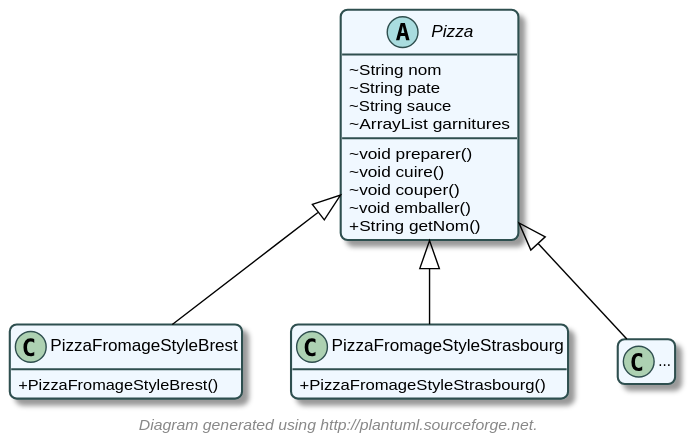
The PlantUML diagram images/Pizzas-dc.svg in sashalarrieu/cpoa-tp3-Seldon-inf, before a commit. Its diagram source:
```plantuml
@startuml


!include config.cfg

abstract class Pizza {
  ~String nom
  ~String pate
  ~String sauce
  ~ArrayList garnitures
  ~void preparer()
  ~void cuire()
  ~void couper()
  ~void emballer()
  +String getNom()
}

class PizzaFromageStyleBrest {
  +PizzaFromageStyleBrest()
}
Pizza <|-- PizzaFromageStyleBrest

class PizzaFromageStyleStrasbourg {
  +PizzaFromageStyleStrasbourg()
}
Pizza <|-- PizzaFromageStyleStrasbourg

class PizzaFromageStyleCorse as "..." {
}
Pizza <|-- PizzaFromageStyleCorse

@enduml
```
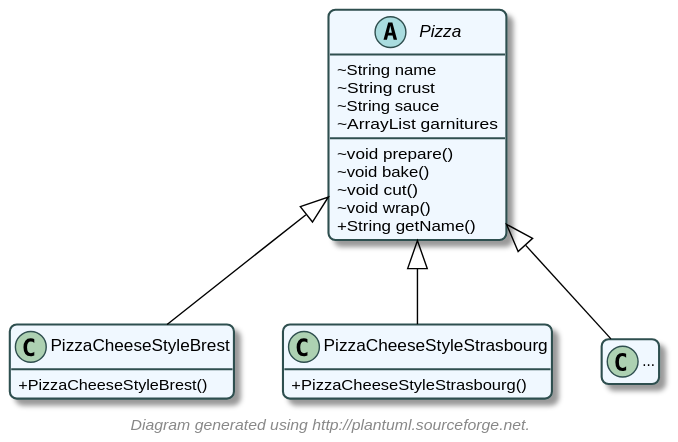
After the change.

The edit, as a diff of the source:
```diff
@@ -4,29 +4,29 @@
 !include config.cfg
 
 abstract class Pizza {
-  ~String nom
-  ~String pate
+  ~String name
+  ~String crust
   ~String sauce
   ~ArrayList garnitures
-  ~void preparer()
-  ~void cuire()
-  ~void couper()
-  ~void emballer()
-  +String getNom()
+  ~void prepare()
+  ~void bake()
+  ~void cut()
+  ~void wrap()
+  +String getName()
 }
 
-class PizzaFromageStyleBrest {
-  +PizzaFromageStyleBrest()
+class PizzaCheeseStyleBrest {
+  +PizzaCheeseStyleBrest()
 }
-Pizza <|-- PizzaFromageStyleBrest
+Pizza <|-- PizzaCheeseStyleBrest
 
-class PizzaFromageStyleStrasbourg {
-  +PizzaFromageStyleStrasbourg()
+class PizzaCheeseStyleStrasbourg {
+  +PizzaCheeseStyleStrasbourg()
 }
-Pizza <|-- PizzaFromageStyleStrasbourg
+Pizza <|-- PizzaCheeseStyleStrasbourg
 
-class PizzaFromageStyleCorse as "..." {
+class PizzaCheeseStyleCorse as "..." {
 }
-Pizza <|-- PizzaFromageStyleCorse
+Pizza <|-- PizzaCheeseStyleCorse
 
 @enduml
```
